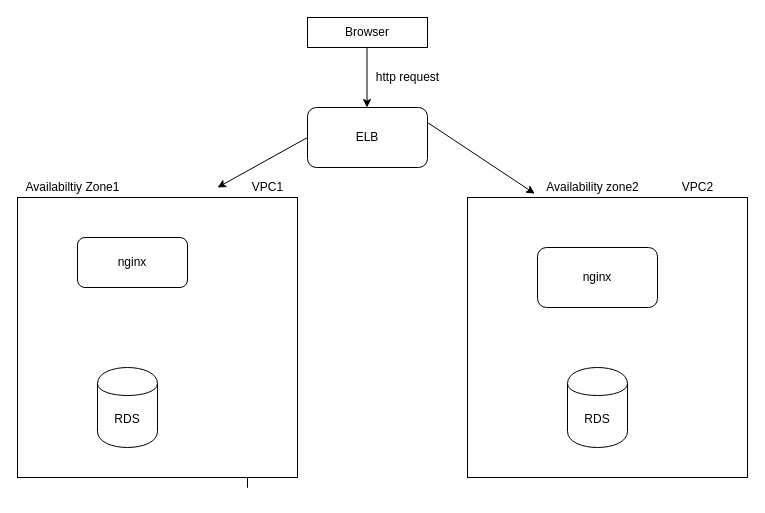
sugadeve/aws_test keeps this draw.io diagram as Untitled Diagram.drawio. Above is the earlier version. Source tidied: cells renumbered, new cells numbered last; positions are measured from the earlier drawing's top-left corner, leaving out a move shared by most shapes. Both pictures are drawn from the tidied source at 100%, with x=0, y=0 at pixel (17, 17).
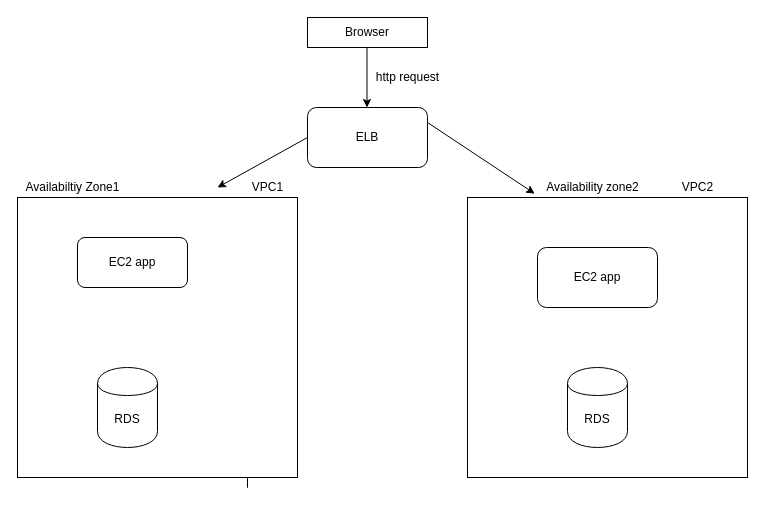
The same diagram, later.

Commit message:
AWS diagram

What changed in the source:
```diff
@@
-    <mxCell id="9" value="nginx" style="rounded=1;whiteSpace=wrap;html=1;" parent="1" vertex="1">
+    <mxCell id="9" value="EC2 app" style="rounded=1;whiteSpace=wrap;html=1;" parent="1" vertex="1">
       <mxGeometry x="60" y="220" width="110" height="50" as="geometry" />
     </mxCell>
-    <mxCell id="10" value="nginx" style="rounded=1;whiteSpace=wrap;html=1;" parent="1" vertex="1">
+    <mxCell id="10" value="EC2 app" style="rounded=1;whiteSpace=wrap;html=1;" parent="1" vertex="1">
       <mxGeometry x="520" y="230" width="120" height="60" as="geometry" />
     </mxCell>
```
